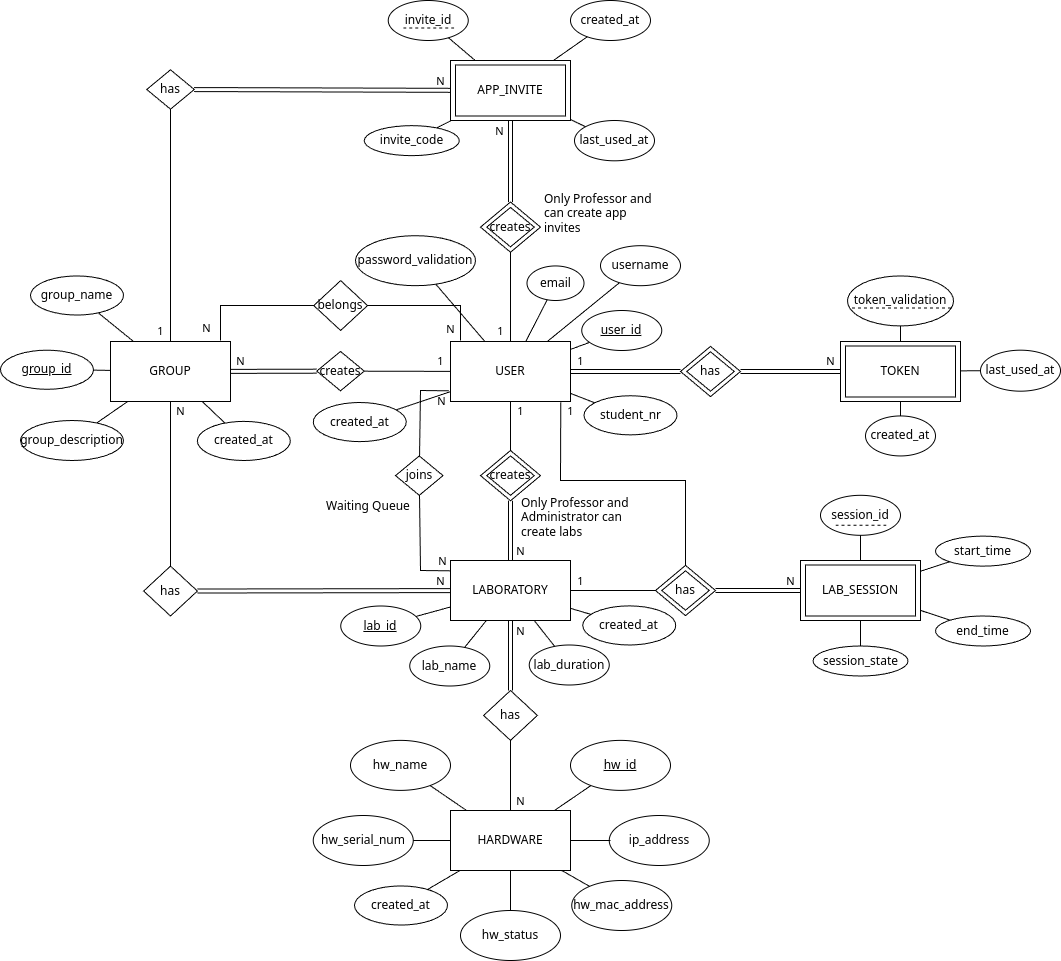
Before: img/ERDiagramRL.drawio.png, a diagram exported from draw.io (isel-remote-lab/documentation). Source tidied: cells renumbered, new cells last; positions are measured from the earlier drawing's top-left corner, leaving out a move shared by most shapes.
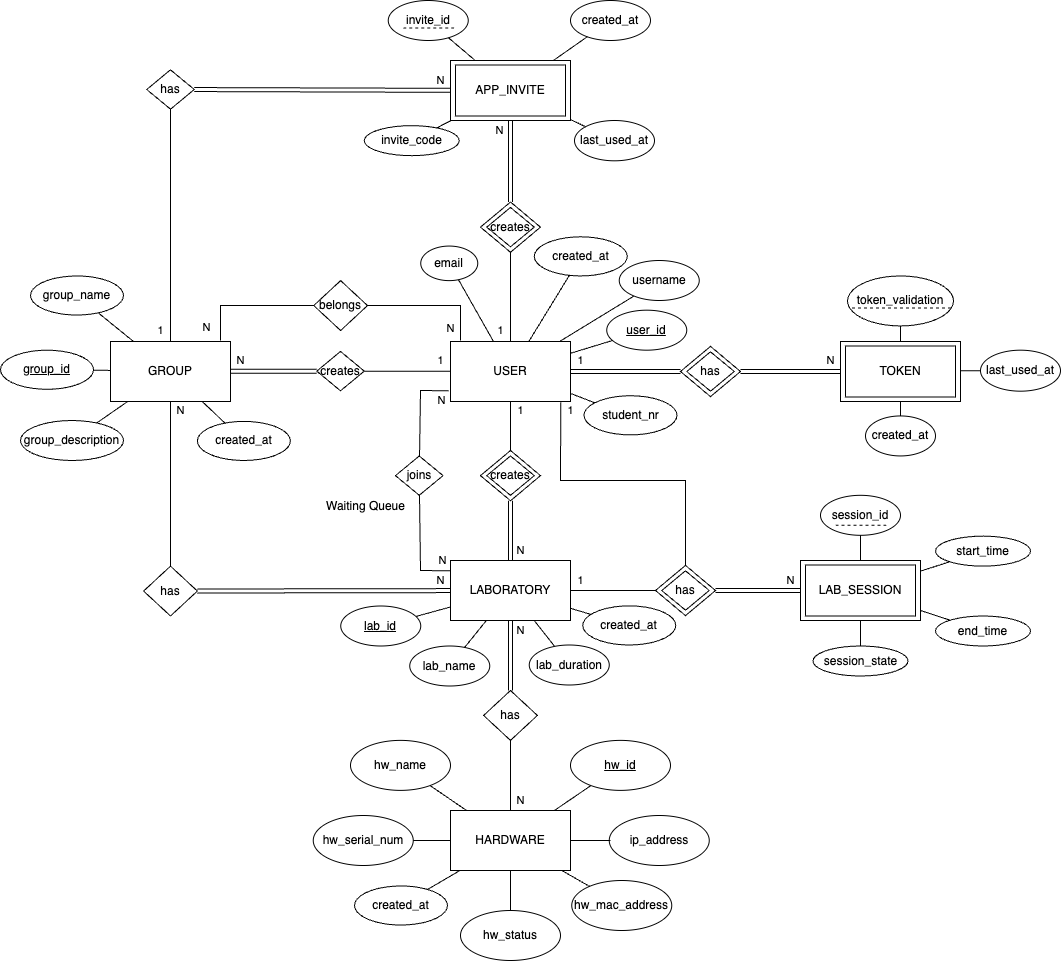
The same file after the commit.

Commit message:
Updated database document. Updated database ER Model Updated domain restrictions

Diff of the diagram source:
```diff
@@ -6,23 +6,14 @@
       <mxGeometry x="450" y="341" width="120" height="60" as="geometry" />
     </mxCell>
     <mxCell id="3" value="&lt;u&gt;user_id&lt;/u&gt;" style="ellipse;whiteSpace=wrap;html=1;" parent="1" vertex="1">
-      <mxGeometry x="581.2" y="310" width="80" height="40" as="geometry" />
+      <mxGeometry x="606.2" y="309.7" width="80" height="40" as="geometry" />
     </mxCell>
-    <mxCell id="4" value="&lt;span&gt;password_validation&lt;/span&gt;" style="ellipse;whiteSpace=wrap;html=1;fontStyle=0;" parent="1" vertex="1">
-      <mxGeometry x="355" y="235.2" width="120" height="50" as="geometry" />
-    </mxCell>
     <mxCell id="5" style="endArrow=none;html=1;rounded=0;" parent="1" edge="1" source="2" target="3">
       <mxGeometry relative="1" as="geometry" />
     </mxCell>
     <mxCell id="6" style="endArrow=none;html=1;rounded=0;" parent="1" edge="1" source="2" target="53">
       <mxGeometry relative="1" as="geometry" />
     </mxCell>
-    <mxCell id="7" style="endArrow=none;html=1;rounded=0;" parent="1" edge="1" source="2" target="4">
-      <mxGeometry relative="1" as="geometry" />
-    </mxCell>
-    <mxCell id="8" value="Only Professor and can create app invites" style="text;html=1;align=left;verticalAlign=middle;whiteSpace=wrap;rounded=0;" parent="1" vertex="1">
-      <mxGeometry x="541.9" y="191.7" width="120" height="43.5" as="geometry" />
-    </mxCell>
     <mxCell id="9" value="USER" style="rounded=0;whiteSpace=wrap;html=1;" parent="1" vertex="1">
       <mxGeometry x="450" y="60" width="120" height="60" as="geometry" />
     </mxCell>
@@ -89,9 +80,6 @@
     <mxCell id="29" style="endArrow=none;html=1;rounded=0;" parent="1" edge="1" source="28" target="23">
       <mxGeometry relative="1" as="geometry" />
     </mxCell>
-    <mxCell id="30" value="Only Professor and Administrator can create labs" style="text;html=1;align=left;verticalAlign=middle;whiteSpace=wrap;rounded=0;" parent="1" vertex="1">
-      <mxGeometry x="519.4" y="494.8" width="125" height="45.2" as="geometry" />
-    </mxCell>
     <mxCell id="31" value="token_validation" style="ellipse;whiteSpace=wrap;html=1;" parent="1" vertex="1">
       <mxGeometry x="847" y="275.4" width="106" height="50" as="geometry" />
     </mxCell>
@@ -138,7 +126,7 @@
       <mxGeometry relative="1" as="geometry" />
     </mxCell>
     <mxCell id="45" value="email" style="ellipse;whiteSpace=wrap;html=1;fontStyle=0;" parent="1" vertex="1">
-      <mxGeometry x="526.5" y="265.4" width="57" height="34.6" as="geometry" />
+      <mxGeometry x="420.2" y="245.6" width="57" height="34.6" as="geometry" />
     </mxCell>
     <mxCell id="46" style="endArrow=none;html=1;rounded=0;" parent="1" edge="1" source="45" target="2">
       <mxGeometry relative="1" as="geometry" />
@@ -162,7 +150,7 @@
       <mxGeometry x="-0.77" y="11" relative="1" as="geometry" />
     </mxCell>
     <mxCell id="53" value="&lt;span&gt;username&lt;/span&gt;" style="ellipse;whiteSpace=wrap;html=1;fontStyle=0;" parent="1" vertex="1">
-      <mxGeometry x="600" y="245.2" width="80" height="40" as="geometry" />
+      <mxGeometry x="618.8" y="260" width="80" height="40" as="geometry" />
     </mxCell>
     <mxCell id="54" value="&lt;u&gt;group_id&lt;/u&gt;" style="ellipse;whiteSpace=wrap;html=1;fontStyle=0;" parent="1" vertex="1">
       <mxGeometry y="349.7" width="93" height="39.1" as="geometry" />
@@ -345,7 +333,7 @@
       <mxGeometry x="0.92" y="10" relative="1" as="geometry" />
     </mxCell>
     <mxCell id="105" value="created_at" style="ellipse;whiteSpace=wrap;html=1;fontStyle=0;" parent="1" vertex="1">
-      <mxGeometry x="312.8" y="402" width="93" height="39.1" as="geometry" />
+      <mxGeometry x="533.8" y="236.3" width="93" height="39.1" as="geometry" />
     </mxCell>
     <mxCell id="106" style="endArrow=none;html=1;rounded=0;" parent="1" edge="1" source="105" target="2">
       <mxGeometry relative="1" as="geometry" />
```
